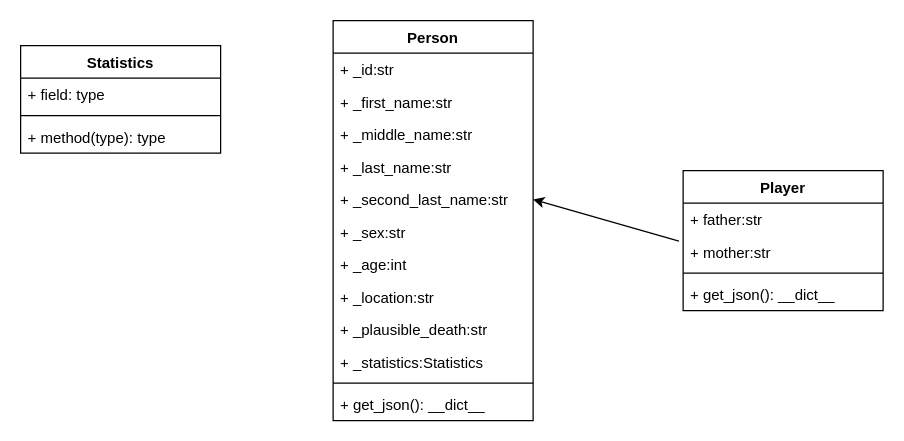
The draw.io diagram Docs/class-diagram.drawio in felipedelosh/API-LifeInstructions, before the edit. Source tidied: cells renumbered, new cells numbered last; positions are measured from the earlier drawing's top-left corner, leaving out a move shared by most shapes. Both pictures are drawn from the tidied source at 125%, with x=0, y=0 at pixel (20, 20).
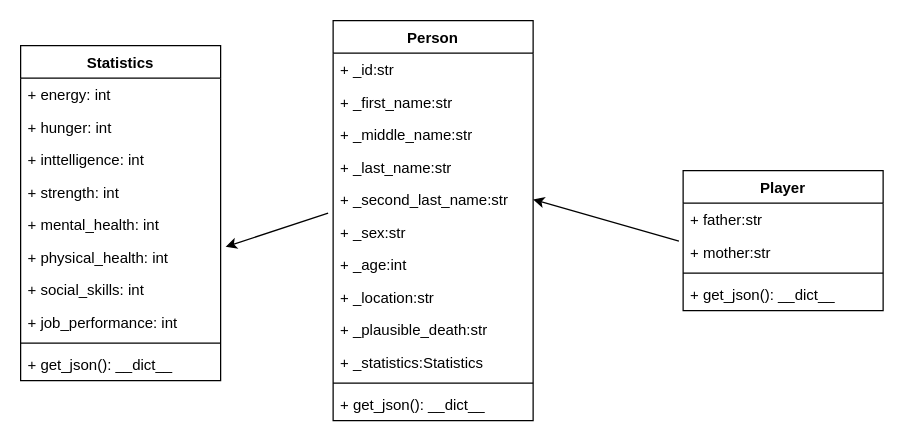
Above is the later version.

Commit message (it also covers changes not shown here):
Update class diagram

The change refers to these unchanged cells:
```xml
<mxCell id="7" value="+ _second_last_name:str" style="text;strokeColor=none;fillColor=none;align=left;verticalAlign=top;spacingLeft=4;spacingRight=4;overflow=hidden;points=[[0,0.5],[1,0.5]];portConstraint=eastwest;" parent="2" vertex="1">
  <mxGeometry y="130" width="160" height="26" as="geometry" />
</mxCell>
```

Change to the diagram source:
```diff
@@
     <mxCell id="21" value="Statistics" style="swimlane;fontStyle=1;align=center;verticalAlign=top;horizontal=1;startSize=26;" parent="1" vertex="1">
-      <mxGeometry y="20" width="160" height="86" as="geometry" />
+      <mxGeometry y="20" width="160" height="268" as="geometry" />
     </mxCell>
-    <mxCell id="22" value="+ field: type" style="text;strokeColor=none;fillColor=none;align=left;verticalAlign=top;spacingLeft=4;spacingRight=4;overflow=hidden;" parent="21" vertex="1">
+    <mxCell id="22" value="+ energy: int" style="text;strokeColor=none;fillColor=none;align=left;verticalAlign=top;spacingLeft=4;spacingRight=4;overflow=hidden;" parent="21" vertex="1">
       <mxGeometry y="26" width="160" height="26" as="geometry" />
     </mxCell>
+    <mxCell id="25" value="+ hunger: int" style="text;strokeColor=none;fillColor=none;align=left;verticalAlign=top;spacingLeft=4;spacingRight=4;overflow=hidden;" parent="21" vertex="1">
+      <mxGeometry y="52" width="160" height="26" as="geometry" />
+    </mxCell>
+    <mxCell id="26" value="+ inttelligence: int" style="text;strokeColor=none;fillColor=none;align=left;verticalAlign=top;spacingLeft=4;spacingRight=4;overflow=hidden;" parent="21" vertex="1">
+      <mxGeometry y="78" width="160" height="26" as="geometry" />
+    </mxCell>
+    <mxCell id="27" value="+ strength: int" style="text;strokeColor=none;fillColor=none;align=left;verticalAlign=top;spacingLeft=4;spacingRight=4;overflow=hidden;" parent="21" vertex="1">
+      <mxGeometry y="104" width="160" height="26" as="geometry" />
+    </mxCell>
+    <mxCell id="28" value="+ mental_health: int" style="text;strokeColor=none;fillColor=none;align=left;verticalAlign=top;spacingLeft=4;spacingRight=4;overflow=hidden;" parent="21" vertex="1">
+      <mxGeometry y="130" width="160" height="26" as="geometry" />
+    </mxCell>
+    <mxCell id="29" value="+ physical_health: int" style="text;strokeColor=none;fillColor=none;align=left;verticalAlign=top;spacingLeft=4;spacingRight=4;overflow=hidden;points=[[0,0.5],[1,0.5]];portConstraint=eastwest;" parent="21" vertex="1">
+      <mxGeometry y="156" width="160" height="26" as="geometry" />
+    </mxCell>
+    <mxCell id="30" value="+ social_skills: int" style="text;strokeColor=none;fillColor=none;align=left;verticalAlign=top;spacingLeft=4;spacingRight=4;overflow=hidden;" parent="21" vertex="1">
+      <mxGeometry y="182" width="160" height="26" as="geometry" />
+    </mxCell>
+    <mxCell id="31" value="+ job_performance: int" style="text;strokeColor=none;fillColor=none;align=left;verticalAlign=top;spacingLeft=4;spacingRight=4;overflow=hidden;" parent="21" vertex="1">
+      <mxGeometry y="208" width="160" height="26" as="geometry" />
+    </mxCell>
     <mxCell id="23" style="line;strokeWidth=1;fillColor=none;align=left;verticalAlign=middle;spacingTop=-1;spacingLeft=3;spacingRight=3;labelPosition=right;strokeColor=inherit;" parent="21" vertex="1">
-      <mxGeometry y="52" width="160" height="8" as="geometry" />
+      <mxGeometry y="234" width="160" height="8" as="geometry" />
     </mxCell>
-    <mxCell id="24" value="+ method(type): type" style="text;strokeColor=none;fillColor=none;align=left;verticalAlign=top;spacingLeft=4;spacingRight=4;overflow=hidden;" parent="21" vertex="1">
-      <mxGeometry y="60" width="160" height="26" as="geometry" />
-    </mxCell>
+    <mxCell id="32" value="+ get_json(): __dict__" style="text;strokeColor=none;fillColor=none;align=left;verticalAlign=top;spacingLeft=4;spacingRight=4;overflow=hidden;" parent="21" vertex="1">
+      <mxGeometry y="242" width="160" height="26" as="geometry" />
+    </mxCell>
+    <mxCell id="33" style="endArrow=classic;html=1;entryX=1.025;entryY=0.192;entryDx=0;entryDy=0;entryPerimeter=0;exitX=-0.025;exitY=0.923;exitDx=0;exitDy=0;exitPerimeter=0;" parent="1" edge="1" source="7" target="29">
+      <mxGeometry relative="1" as="geometry" />
+    </mxCell>
```
